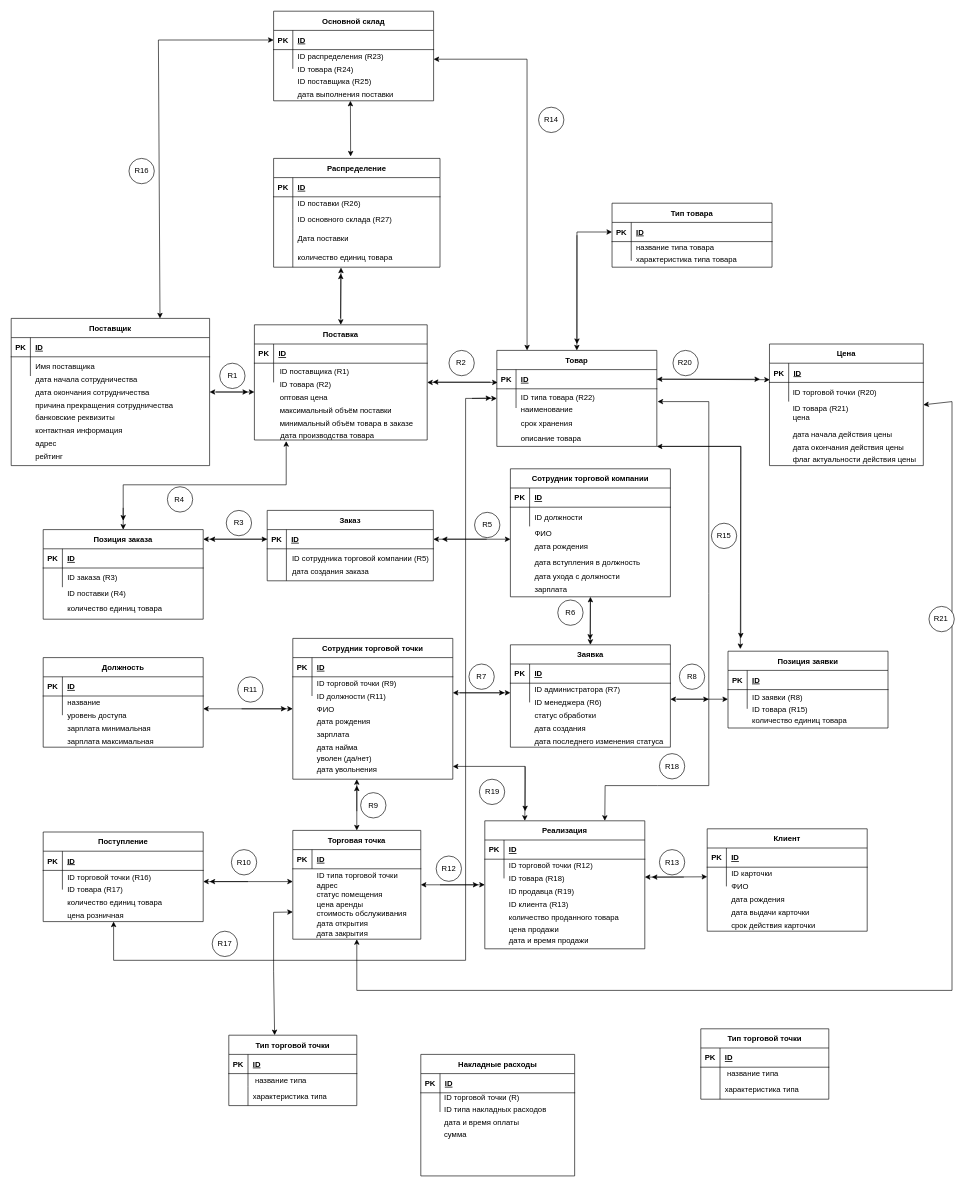
Above: docs/diagrams/ER.drawio in Wact/nstu-fami-7semester-dbes-project (draw.io), before the change. Source tidied: cells renumbered, new cells numbered last; positions are measured from the earlier drawing's top-left corner, leaving out a move shared by most shapes. Both pictures are drawn from the tidied source at 64%, with x=0, y=0 at pixel (11, 11).
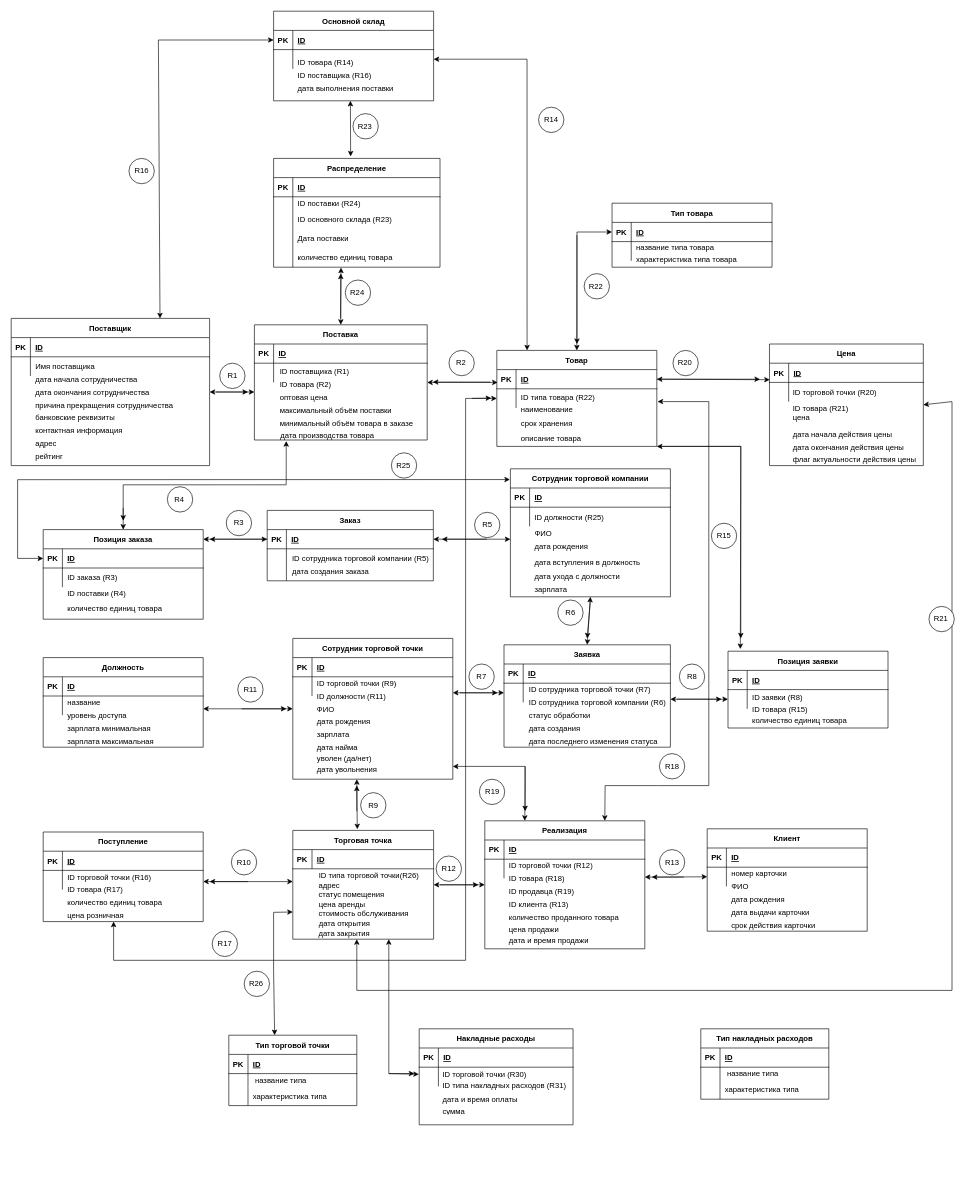
Above is the later version.

Unchanged cells that the change refers to:
```xml
<mxCell id="46" style="shape=partialRectangle;fillColor=none;points=[[0,0.5],[1,0.5]];portConstraint=eastwest;top=0;left=0;right=0;bottom=1;" parent="45" vertex="1">
  <mxGeometry y="30" width="250" height="30" as="geometry" />
</mxCell>
<mxCell id="60" value="Сотрудник торговой компании" style="shape=table;startSize=30;childLayout=tableLayout;rowLines=0;fontStyle=1;align=center;" parent="59" vertex="1">
  <mxGeometry width="250" height="200" as="geometry" />
</mxCell>
<mxCell id="64" style="shape=partialRectangle;fillColor=none;top=0;left=0;right=0;bottom=0;" parent="60" vertex="1">
  <mxGeometry y="60" width="250" height="30" as="geometry" />
</mxCell>
<mxCell id="126" style="group;" parent="1" vertex="1">
  <mxGeometry x="1087.5" y="1277.5" width="250" height="160" as="geometry" />
</mxCell>
<mxCell id="316" style="group;" parent="1" vertex="1">
  <mxGeometry x="410" width="250" height="140" as="geometry" />
</mxCell>
<mxCell id="325" style="shape=partialRectangle;fillColor=none;top=0;left=0;bottom=0;right=0;strokeColor=default;" parent="321" vertex="1">
  <mxGeometry y="60" width="260" height="20" as="geometry" />
</mxCell>
<mxCell id="328" style="shape=partialRectangle;fillColor=none;top=0;left=0;bottom=0;right=0;strokeColor=default;" parent="321" vertex="1">
  <mxGeometry y="80" width="260" height="30" as="geometry" />
</mxCell>
<mxCell id="354" style="group;" parent="353" vertex="1">
  <mxGeometry width="200" height="110" as="geometry" />
</mxCell>
<mxCell id="377" style="shape=partialRectangle;fillColor=none;points=[[0,0.5],[1,0.5]];portConstraint=eastwest;top=0;left=0;right=0;bottom=0;" parent="373" vertex="1">
  <mxGeometry y="60" width="240.4" height="30" as="geometry" />
</mxCell>
```

Change to the diagram source:
```diff
@@
-    <mxCell id="66" value="ID должности" style="shape=partialRectangle;overflow=hidden;fillColor=none;top=0;left=0;bottom=0;right=0;align=left;spacingLeft=6;" parent="64" vertex="1">
+    <mxCell id="66" value="ID должности (R25)" style="shape=partialRectangle;overflow=hidden;fillColor=none;top=0;left=0;bottom=0;right=0;align=left;spacingLeft=6;" parent="64" vertex="1">
       <mxGeometry x="30" width="220" height="30" as="geometry" />
     </mxCell>
@@
     <mxCell id="113" style="group;" parent="1" vertex="1">
-      <mxGeometry x="780" y="990" width="250" height="160" as="geometry" />
+      <mxGeometry x="770" y="990" width="260" height="160" as="geometry" />
     </mxCell>
     <mxCell id="114" value="Заявка" style="shape=table;startSize=30;childLayout=tableLayout;rowLines=0;fontStyle=1;align=center;" parent="113" vertex="1">
-      <mxGeometry width="250" height="160" as="geometry" />
+      <mxGeometry width="260" height="160" as="geometry" />
     </mxCell>
     <mxCell id="115" style="shape=partialRectangle;fillColor=none;top=0;left=0;right=0;bottom=1;" parent="114" vertex="1">
-      <mxGeometry y="30" width="250" height="30" as="geometry" />
+      <mxGeometry y="30" width="260" height="30" as="geometry" />
     </mxCell>
@@
     <mxCell id="117" value="ID" style="shape=partialRectangle;overflow=hidden;fillColor=none;top=0;left=0;bottom=0;right=0;align=left;spacingLeft=6;fontStyle=5;" parent="115" vertex="1">
-      <mxGeometry x="30" width="220" height="30" as="geometry" />
+      <mxGeometry x="30" width="230" height="30" as="geometry" />
     </mxCell>
     <mxCell id="118" style="shape=partialRectangle;fillColor=none;points=[[0,0.5],[1,0.5]];portConstraint=eastwest;top=0;left=0;right=0;bottom=0;" parent="114" vertex="1">
-      <mxGeometry y="60" width="250" height="30" as="geometry" />
+      <mxGeometry y="60" width="260" height="30" as="geometry" />
     </mxCell>
@@
     <mxCell id="120" style="shape=partialRectangle;overflow=hidden;fillColor=none;top=0;left=0;bottom=0;right=0;align=left;spacingLeft=6;" parent="118" vertex="1">
-      <mxGeometry x="30" width="220" height="30" as="geometry" />
+      <mxGeometry x="30" width="230" height="30" as="geometry" />
     </mxCell>
-    <mxCell id="121" value="ID администратора (R7)" style="shape=partialRectangle;overflow=hidden;fillColor=none;top=0;left=0;bottom=0;right=0;align=left;spacingLeft=6;" parent="113" vertex="1">
-      <mxGeometry x="30" y="60" width="220" height="20" as="geometry" />
+    <mxCell id="121" value="ID сотрудника торговой точки (R7)" style="shape=partialRectangle;overflow=hidden;fillColor=none;top=0;left=0;bottom=0;right=0;align=left;spacingLeft=6;" parent="113" vertex="1">
+      <mxGeometry x="31.2" y="60" width="228.8" height="20" as="geometry" />
     </mxCell>
-    <mxCell id="122" value="ID менеджера (R6)" style="shape=partialRectangle;overflow=hidden;fillColor=none;top=0;left=0;bottom=0;right=0;align=left;spacingLeft=6;" parent="113" vertex="1">
-      <mxGeometry x="30" y="80" width="220" height="20" as="geometry" />
+    <mxCell id="122" value="ID сотрудника торговой компании (R6)" style="shape=partialRectangle;overflow=hidden;fillColor=none;top=0;left=0;bottom=0;right=0;align=left;spacingLeft=6;" parent="113" vertex="1">
+      <mxGeometry x="31.2" y="80" width="228.8" height="20" as="geometry" />
     </mxCell>
     <mxCell id="123" value="статус обработки" style="shape=partialRectangle;overflow=hidden;fillColor=none;top=0;left=0;bottom=0;right=0;align=left;spacingLeft=6;" parent="113" vertex="1">
-      <mxGeometry x="30" y="100" width="220" height="20" as="geometry" />
+      <mxGeometry x="31.2" y="100" width="228.8" height="20" as="geometry" />
     </mxCell>
     <mxCell id="124" value="дата создания" style="shape=partialRectangle;overflow=hidden;fillColor=none;top=0;left=0;bottom=0;right=0;align=left;spacingLeft=6;" parent="113" vertex="1">
-      <mxGeometry x="30" y="120" width="220" height="20" as="geometry" />
+      <mxGeometry x="31.2" y="120" width="228.8" height="20" as="geometry" />
     </mxCell>
     <mxCell id="125" value="дата последнего изменения статуса" style="shape=partialRectangle;overflow=hidden;fillColor=none;top=0;left=0;bottom=0;right=0;align=left;spacingLeft=6;" parent="113" vertex="1">
-      <mxGeometry x="30" y="140" width="220" height="20" as="geometry" />
+      <mxGeometry x="31.2" y="140" width="228.8" height="20" as="geometry" />
     </mxCell>
@@
-    <mxCell id="134" value="ID карточки" style="shape=partialRectangle;overflow=hidden;fillColor=none;top=0;left=0;bottom=0;right=0;align=left;spacingLeft=6;" parent="126" vertex="1">
+    <mxCell id="134" value="номер карточки" style="shape=partialRectangle;overflow=hidden;fillColor=none;top=0;left=0;bottom=0;right=0;align=left;spacingLeft=6;" parent="126" vertex="1">
       <mxGeometry x="30" y="60" width="220" height="20" as="geometry" />
     </mxCell>
@@
     <mxCell id="227" style="endArrow=classic;html=1;rounded=0;" parent="1" edge="1">
       <mxGeometry relative="1" as="geometry">
         <mxPoint x="1040" y="1075" as="sourcePoint" />
-        <mxPoint x="1090" y="1075" as="targetPoint" />
+        <mxPoint x="1110" y="1075" as="targetPoint" />
       </mxGeometry>
     </mxCell>
     <mxCell id="228" style="group;" parent="1" vertex="1">
-      <mxGeometry x="440" y="1280" width="200" height="180" as="geometry" />
+      <mxGeometry x="440" y="1280" width="220" height="180" as="geometry" />
     </mxCell>
     <mxCell id="229" value="статус помещения" style="shape=partialRectangle;overflow=hidden;fillColor=none;top=0;left=0;bottom=0;right=0;align=left;spacingLeft=6;" parent="228" vertex="1">
-      <mxGeometry x="29.5" y="90" width="140.5" height="20" as="geometry" />
+      <mxGeometry x="32.5" y="90" width="154.6" height="20" as="geometry" />
     </mxCell>
     <mxCell id="230" value="цена аренды" style="shape=partialRectangle;overflow=hidden;fillColor=none;top=0;left=0;bottom=0;right=0;align=left;spacingLeft=6;" parent="228" vertex="1">
-      <mxGeometry x="30" y="105" width="160" height="20" as="geometry" />
+      <mxGeometry x="33" y="105" width="176" height="20" as="geometry" />
     </mxCell>
     <mxCell id="231" style="group;" parent="228" vertex="1">
-      <mxGeometry width="200" height="180" as="geometry" />
+      <mxGeometry width="220" height="180" as="geometry" />
     </mxCell>
     <mxCell id="232" value="Торговая точка" style="shape=table;startSize=30;childLayout=tableLayout;rowLines=0;fontStyle=1;align=center;" parent="231" vertex="1">
-      <mxGeometry width="200" height="170" as="geometry" />
+      <mxGeometry width="220" height="170" as="geometry" />
     </mxCell>
     <mxCell id="233" style="shape=partialRectangle;fillColor=none;top=0;left=0;right=0;bottom=1;" parent="232" vertex="1">
-      <mxGeometry y="30" width="200" height="30" as="geometry" />
+      <mxGeometry y="30" width="220" height="30" as="geometry" />
     </mxCell>
@@
     <mxCell id="235" value="ID" style="shape=partialRectangle;overflow=hidden;fillColor=none;top=0;left=0;bottom=0;right=0;align=left;spacingLeft=6;fontStyle=5;" parent="233" vertex="1">
-      <mxGeometry x="30" width="170" height="30" as="geometry" />
+      <mxGeometry x="30" width="190" height="30" as="geometry" />
     </mxCell>
     <mxCell id="236" value="стоимость обслуживания" style="shape=partialRectangle;overflow=hidden;fillColor=none;top=0;left=0;bottom=0;right=0;align=left;spacingLeft=6;" parent="231" vertex="1">
-      <mxGeometry x="29.5" y="119" width="160.5" height="20" as="geometry" />
+      <mxGeometry x="32.5" y="119" width="176.6" height="20" as="geometry" />
     </mxCell>
     <mxCell id="237" value="дата открытия" style="shape=partialRectangle;overflow=hidden;fillColor=none;top=0;left=0;bottom=0;right=0;align=left;spacingLeft=6;" parent="231" vertex="1">
-      <mxGeometry x="30" y="135" width="170" height="20" as="geometry" />
+      <mxGeometry x="33" y="135" width="187" height="20" as="geometry" />
     </mxCell>
     <mxCell id="238" value="дата закрытия" style="shape=partialRectangle;overflow=hidden;fillColor=none;top=0;left=0;bottom=0;right=0;align=left;spacingLeft=6;" parent="231" vertex="1">
-      <mxGeometry x="29.5" y="150" width="160.5" height="20" as="geometry" />
+      <mxGeometry x="32.5" y="150" width="176.6" height="20" as="geometry" />
     </mxCell>
     <mxCell id="239" value="адрес" style="shape=partialRectangle;overflow=hidden;fillColor=none;top=0;left=0;bottom=0;right=0;align=left;spacingLeft=6;" parent="231" vertex="1">
-      <mxGeometry x="29.5" y="75" width="160.5" height="20" as="geometry" />
+      <mxGeometry x="32.5" y="75" width="176.6" height="20" as="geometry" />
     </mxCell>
-    <mxCell id="240" value="ID типа торговой точки" style="shape=partialRectangle;overflow=hidden;fillColor=none;top=0;left=0;bottom=0;right=0;align=left;spacingLeft=6;" parent="231" vertex="1">
-      <mxGeometry x="30" y="60" width="150.5" height="20" as="geometry" />
+    <mxCell id="240" value="ID типа торговой точки(R26)" style="shape=partialRectangle;overflow=hidden;fillColor=none;top=0;left=0;bottom=0;right=0;align=left;spacingLeft=6;" parent="231" vertex="1">
+      <mxGeometry x="33" y="60" width="165.6" height="20" as="geometry" />
     </mxCell>
@@
     <mxCell id="253" style="endArrow=classic;html=1;rounded=0;" parent="1" edge="1">
       <mxGeometry relative="1" as="geometry">
         <mxPoint x="701" y="1065" as="sourcePoint" />
-        <mxPoint x="771" y="1065" as="targetPoint" />
+        <mxPoint x="760" y="1065" as="targetPoint" />
       </mxGeometry>
     </mxCell>
@@
     <mxCell id="256" style="endArrow=classic;html=1;rounded=0;" parent="1" edge="1">
       <mxGeometry relative="1" as="geometry">
         <mxPoint x="905" y="920" as="sourcePoint" />
-        <mxPoint x="904.5" y="982" as="targetPoint" />
+        <mxPoint x="900" y="980" as="targetPoint" />
       </mxGeometry>
     </mxCell>
@@
-    <mxCell id="271" style="endArrow=classic;startArrow=classic;html=1;rounded=0;exitX=0.5;exitY=0;exitDx=0;exitDy=0;" parent="1" edge="1" source="232">
+    <mxCell id="271" style="endArrow=classic;startArrow=classic;html=1;rounded=0;exitX=0.458;exitY=-0.011;exitDx=0;exitDy=0;exitPerimeter=0;" parent="1" edge="1" source="232">
       <mxGeometry relative="1" as="geometry">
         <mxPoint x="540" y="1200" as="targetPoint" />
       </mxGeometry>
     </mxCell>
@@
-    <mxCell id="317" value="ID распределения (R23)" style="shape=partialRectangle;overflow=hidden;fillColor=none;top=0;left=0;bottom=0;right=0;align=left;spacingLeft=6;" parent="316" vertex="1">
-      <mxGeometry x="30" y="60" width="220" height="20" as="geometry" />
-    </mxCell>
-    <mxCell id="318" value="ID товара (R24)" style="shape=partialRectangle;overflow=hidden;fillColor=none;top=0;left=0;bottom=0;right=0;align=left;spacingLeft=6;" parent="316" vertex="1">
-      <mxGeometry x="30" y="80" width="220" height="20" as="geometry" />
+    <mxCell id="318" value="ID товара (R14)" style="shape=partialRectangle;overflow=hidden;fillColor=none;top=0;left=0;bottom=0;right=0;align=left;spacingLeft=6;" parent="316" vertex="1">
+      <mxGeometry x="30" y="70" width="220" height="20" as="geometry" />
     </mxCell>
     <mxCell id="319" value="дата выполнения поставки" style="shape=partialRectangle;overflow=hidden;fillColor=none;top=0;left=0;bottom=0;right=0;align=left;spacingLeft=6;" parent="316" vertex="1">
-      <mxGeometry x="30" y="120" width="220" height="20" as="geometry" />
+      <mxGeometry x="30" y="110" width="220" height="20" as="geometry" />
     </mxCell>
-    <mxCell id="320" value="ID поставщика (R25)" style="shape=partialRectangle;overflow=hidden;fillColor=none;top=0;left=0;bottom=0;right=0;align=left;spacingLeft=6;" parent="316" vertex="1">
-      <mxGeometry x="30" y="100" width="220" height="20" as="geometry" />
+    <mxCell id="320" value="ID поставщика (R16)" style="shape=partialRectangle;overflow=hidden;fillColor=none;top=0;left=0;bottom=0;right=0;align=left;spacingLeft=6;" parent="316" vertex="1">
+      <mxGeometry x="30" y="90" width="220" height="20" as="geometry" />
     </mxCell>
@@
-    <mxCell id="327" value="ID поставки (R26)" style="shape=partialRectangle;fillColor=none;top=0;left=0;bottom=0;right=0;align=left;spacingLeft=6;overflow=hidden;strokeColor=default;" parent="325" vertex="1">
+    <mxCell id="327" value="ID поставки (R24)" style="shape=partialRectangle;fillColor=none;top=0;left=0;bottom=0;right=0;align=left;spacingLeft=6;overflow=hidden;strokeColor=default;" parent="325" vertex="1">
       <mxGeometry x="30" width="230" height="20" as="geometry" />
     </mxCell>
@@
-    <mxCell id="330" value="ID основного склада (R27)" style="shape=partialRectangle;fillColor=none;top=0;left=0;bottom=0;right=0;align=left;spacingLeft=6;overflow=hidden;strokeColor=default;" parent="328" vertex="1">
+    <mxCell id="330" value="ID основного склада (R23)" style="shape=partialRectangle;fillColor=none;top=0;left=0;bottom=0;right=0;align=left;spacingLeft=6;overflow=hidden;strokeColor=default;" parent="328" vertex="1">
       <mxGeometry x="30" width="230" height="30" as="geometry" />
     </mxCell>
@@
-    <mxCell id="355" value="Тип торговой точки" style="shape=table;startSize=30;childLayout=tableLayout;rowLines=0;fontStyle=1;align=center;" parent="354" vertex="1">
+    <mxCell id="355" value="Тип накладных расходов" style="shape=table;startSize=30;childLayout=tableLayout;rowLines=0;fontStyle=1;align=center;" parent="354" vertex="1">
       <mxGeometry width="200" height="110" as="geometry" />
     </mxCell>
@@
     <mxCell id="372" style="group;" parent="1" vertex="1">
-      <mxGeometry x="640" y="1630" width="240.4" height="210" as="geometry" />
+      <mxGeometry x="637.5" y="1590" width="240.4" height="150" as="geometry" />
     </mxCell>
     <mxCell id="373" value="Накладные расходы" style="shape=table;startSize=30;childLayout=tableLayout;rowLines=0;fontStyle=1;align=center;" parent="372" vertex="1">
-      <mxGeometry width="240.4" height="189.9" as="geometry" />
+      <mxGeometry width="240.4" height="150" as="geometry" />
     </mxCell>
@@
-    <mxCell id="380" value="ID торговой точки (R)" style="shape=partialRectangle;overflow=hidden;fillColor=none;top=0;left=0;bottom=0;right=0;align=left;spacingLeft=6;" parent="372" vertex="1">
-      <mxGeometry x="28.8" y="57.3" width="211.5" height="19.1" as="geometry" />
+    <mxCell id="380" value="ID торговой точки (R30)" style="shape=partialRectangle;overflow=hidden;fillColor=none;top=0;left=0;bottom=0;right=0;align=left;spacingLeft=6;" parent="372" vertex="1">
+      <mxGeometry x="28.9" y="61" width="211.5" height="19" as="geometry" />
     </mxCell>
-    <mxCell id="381" value="ID типа накладных расходов " style="shape=partialRectangle;overflow=hidden;fillColor=none;top=0;left=0;bottom=0;right=0;align=left;spacingLeft=6;" parent="372" vertex="1">
-      <mxGeometry x="28.8" y="76.4" width="211.5" height="19.1" as="geometry" />
+    <mxCell id="381" value="ID типа накладных расходов (R31) " style="shape=partialRectangle;overflow=hidden;fillColor=none;top=0;left=0;bottom=0;right=0;align=left;spacingLeft=6;" parent="372" vertex="1">
+      <mxGeometry x="28.9" y="74.7" width="211.5" height="25.4" as="geometry" />
     </mxCell>
     <mxCell id="382" value="дата и время оплаты" style="shape=partialRectangle;overflow=hidden;fillColor=none;top=0;left=0;bottom=0;right=0;align=left;spacingLeft=6;" parent="372" vertex="1">
-      <mxGeometry x="28.8" y="95.5" width="211.5" height="19.1" as="geometry" />
+      <mxGeometry x="28.9" y="100" width="211.5" height="20" as="geometry" />
     </mxCell>
     <mxCell id="383" value="сумма" style="shape=partialRectangle;overflow=hidden;fillColor=none;top=0;left=0;bottom=0;right=0;align=left;spacingLeft=6;" parent="372" vertex="1">
-      <mxGeometry x="28.8" y="114.5" width="211.5" height="19.1" as="geometry" />
+      <mxGeometry x="28.8" y="120" width="211.5" height="13.6" as="geometry" />
     </mxCell>
+    <mxCell id="384" style="group;" parent="1" vertex="1">
+      <mxGeometry x="891.2" y="410" width="47.5" height="40" as="geometry" />
+    </mxCell>
+    <mxCell id="385" style="ellipse;whiteSpace=wrap;html=1;labelBackgroundColor=#FFFFFF;align=left;" parent="384" vertex="1">
+      <mxGeometry x="4" width="39.6" height="39.6" as="geometry" />
+    </mxCell>
+    <mxCell id="386" value="R22" style="text;html=1;strokeColor=none;fillColor=none;align=center;verticalAlign=middle;whiteSpace=wrap;rounded=0;labelBackgroundColor=#FFFFFF;" parent="384" vertex="1">
+      <mxGeometry x="-1" y="8" width="47.5" height="24" as="geometry" />
+    </mxCell>
+    <mxCell id="387" style="group;" parent="1" vertex="1">
+      <mxGeometry x="530" y="160" width="47.5" height="40" as="geometry" />
+    </mxCell>
+    <mxCell id="388" style="ellipse;whiteSpace=wrap;html=1;labelBackgroundColor=#FFFFFF;align=left;" parent="387" vertex="1">
+      <mxGeometry x="4" width="39.6" height="39.6" as="geometry" />
+    </mxCell>
+    <mxCell id="389" value="R23" style="text;html=1;strokeColor=none;fillColor=none;align=center;verticalAlign=middle;whiteSpace=wrap;rounded=0;labelBackgroundColor=#FFFFFF;" parent="387" vertex="1">
+      <mxGeometry x="-1" y="8" width="47.5" height="24" as="geometry" />
+    </mxCell>
+    <mxCell id="390" style="group;" parent="1" vertex="1">
+      <mxGeometry x="518" y="420" width="47.5" height="40" as="geometry" />
+    </mxCell>
+    <mxCell id="391" style="ellipse;whiteSpace=wrap;html=1;labelBackgroundColor=#FFFFFF;align=left;" parent="390" vertex="1">
+      <mxGeometry x="4" width="39.6" height="39.6" as="geometry" />
+    </mxCell>
+    <mxCell id="392" value="R24" style="text;html=1;strokeColor=none;fillColor=none;align=center;verticalAlign=middle;whiteSpace=wrap;rounded=0;labelBackgroundColor=#FFFFFF;" parent="390" vertex="1">
+      <mxGeometry x="-1" y="8" width="47.5" height="24" as="geometry" />
+    </mxCell>
+    <mxCell id="393" style="endArrow=classic;startArrow=classic;html=1;rounded=0;exitX=0;exitY=0.5;exitDx=0;exitDy=0;entryX=-0.003;entryY=0.084;entryDx=0;entryDy=0;entryPerimeter=0;" parent="1" edge="1" source="46" target="60">
+      <mxGeometry relative="1" as="geometry">
+        <Array as="points">
+          <mxPoint x="10" y="855" />
+          <mxPoint x="10" y="732" />
+        </Array>
+      </mxGeometry>
+    </mxCell>
+    <mxCell id="394" style="group;" parent="1" vertex="1">
+      <mxGeometry x="590" y="690" width="47.5" height="40" as="geometry" />
+    </mxCell>
+    <mxCell id="395" style="ellipse;whiteSpace=wrap;html=1;labelBackgroundColor=#FFFFFF;align=left;" parent="394" vertex="1">
+      <mxGeometry x="4" width="39.6" height="39.6" as="geometry" />
+    </mxCell>
+    <mxCell id="396" value="R25" style="text;html=1;strokeColor=none;fillColor=none;align=center;verticalAlign=middle;whiteSpace=wrap;rounded=0;labelBackgroundColor=#FFFFFF;" parent="394" vertex="1">
+      <mxGeometry x="-1" y="8" width="47.5" height="24" as="geometry" />
+    </mxCell>
+    <mxCell id="397" style="group;" parent="1" vertex="1">
+      <mxGeometry x="360" y="1500" width="47.5" height="40" as="geometry" />
+    </mxCell>
+    <mxCell id="398" style="ellipse;whiteSpace=wrap;html=1;labelBackgroundColor=#FFFFFF;align=left;" parent="397" vertex="1">
+      <mxGeometry x="4" width="39.6" height="39.6" as="geometry" />
+    </mxCell>
+    <mxCell id="399" value="R26" style="text;html=1;strokeColor=none;fillColor=none;align=center;verticalAlign=middle;whiteSpace=wrap;rounded=0;labelBackgroundColor=#FFFFFF;" parent="397" vertex="1">
+      <mxGeometry x="-1" y="8" width="47.5" height="24" as="geometry" />
+    </mxCell>
+    <mxCell id="400" style="endArrow=classic;startArrow=classic;html=1;rounded=0;exitX=-0.002;exitY=0.367;exitDx=0;exitDy=0;exitPerimeter=0;" parent="1" edge="1" source="377">
+      <mxGeometry relative="1" as="geometry">
+        <mxPoint x="590" y="1450" as="targetPoint" />
+        <Array as="points">
+          <mxPoint x="590" y="1660" />
+        </Array>
+      </mxGeometry>
+    </mxCell>
+    <mxCell id="401" style="endArrow=classic;html=1;rounded=0;" parent="1" edge="1">
+      <mxGeometry relative="1" as="geometry">
+        <mxPoint x="590" y="1660" as="sourcePoint" />
+        <mxPoint x="630" y="1660" as="targetPoint" />
+      </mxGeometry>
+    </mxCell>
```
